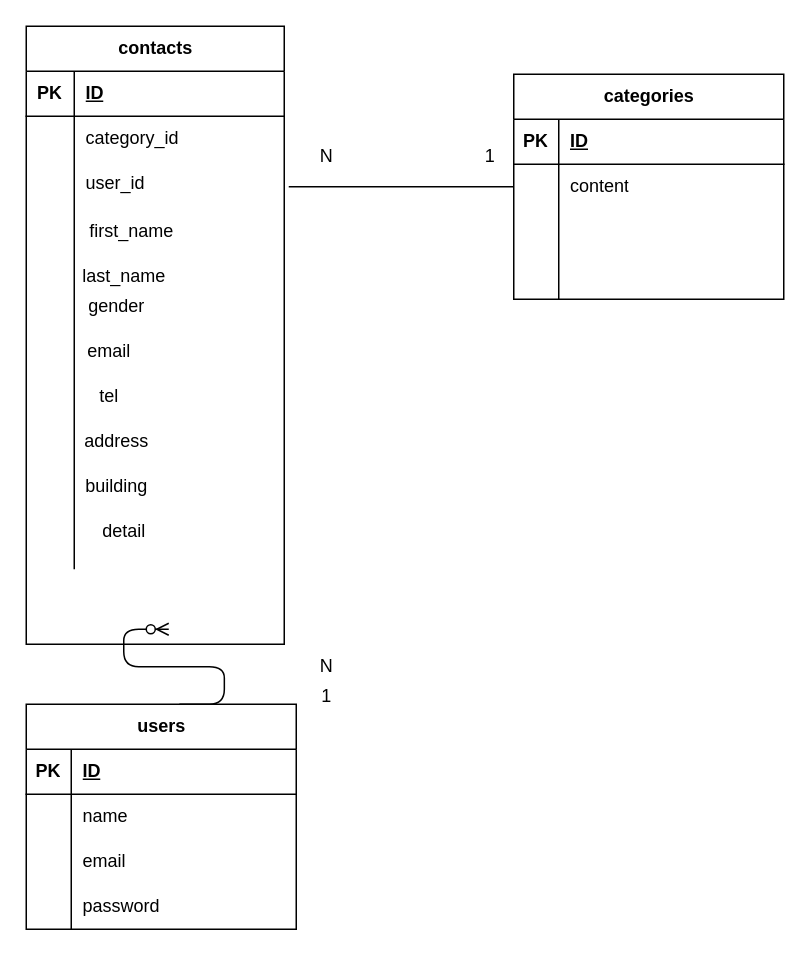
This is src/test01.drawio from takayuki2025/test01, a draw.io file, before an edit. Source tidied: cells renumbered, new cells numbered last; positions are measured from the earlier drawing's top-left corner, leaving out a move shared by most shapes. Both pictures are drawn from the tidied source at 150%, with x=0, y=0 at pixel (26, 26).
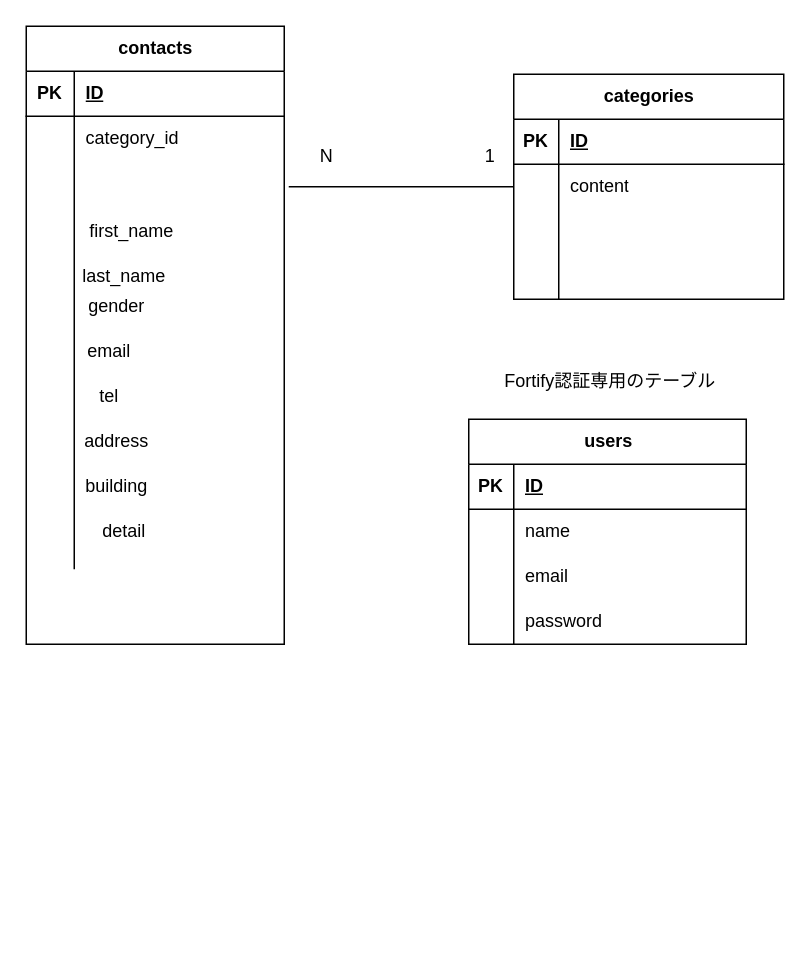
The same page after the edit.

Unchanged cells that the change refers to:
```xml
<mxCell id="9" style="shape=tableRow;horizontal=0;startSize=0;swimlaneHead=0;swimlaneBody=0;fillColor=none;top=0;left=0;right=0;bottom=0;" parent="2" vertex="1">
  <mxGeometry y="90" width="172" height="30" as="geometry" />
</mxCell>
```

Change to the diagram source:
```diff
@@
-    <mxCell id="11" value="user_id" style="shape=partialRectangle;fillColor=none;top=0;left=0;bottom=0;right=0;align=left;spacingLeft=6;overflow=hidden;whiteSpace=wrap;html=1;" parent="9" vertex="1">
+    <mxCell id="11" style="shape=partialRectangle;fillColor=none;top=0;left=0;bottom=0;right=0;align=left;spacingLeft=6;overflow=hidden;whiteSpace=wrap;html=1;" parent="9" vertex="1">
       <mxGeometry x="32" width="140" height="30" as="geometry" />
     </mxCell>
@@
     <mxCell id="28" value="users" style="shape=table;startSize=30;childLayout=tableLayout;rowLines=0;fontStyle=1;align=center;html=1;" parent="1" vertex="1">
-      <mxGeometry y="452" width="180" height="150" as="geometry" />
+      <mxGeometry x="295" y="262" width="185" height="150" as="geometry" />
     </mxCell>
     <mxCell id="29" style="shape=tableRow;horizontal=0;startSize=0;swimlaneHead=0;swimlaneBody=0;fillColor=none;top=0;left=0;right=0;bottom=1;" parent="28" vertex="1">
-      <mxGeometry y="30" width="180" height="30" as="geometry" />
+      <mxGeometry y="30" width="185" height="30" as="geometry" />
     </mxCell>
@@
     <mxCell id="31" value="ID" style="shape=partialRectangle;fillColor=none;top=0;left=0;bottom=0;right=0;align=left;spacingLeft=6;fontStyle=5;overflow=hidden;whiteSpace=wrap;html=1;" parent="29" vertex="1">
-      <mxGeometry x="30" width="150" height="30" as="geometry" />
+      <mxGeometry x="30" width="155" height="30" as="geometry" />
     </mxCell>
     <mxCell id="32" style="shape=tableRow;horizontal=0;startSize=0;swimlaneHead=0;swimlaneBody=0;fillColor=none;top=0;left=0;right=0;bottom=0;" parent="28" vertex="1">
-      <mxGeometry y="60" width="180" height="30" as="geometry" />
+      <mxGeometry y="60" width="185" height="30" as="geometry" />
     </mxCell>
@@
     <mxCell id="34" value="name" style="shape=partialRectangle;fillColor=none;top=0;left=0;bottom=0;right=0;align=left;spacingLeft=6;overflow=hidden;whiteSpace=wrap;html=1;" parent="32" vertex="1">
-      <mxGeometry x="30" width="150" height="30" as="geometry" />
+      <mxGeometry x="30" width="155" height="30" as="geometry" />
     </mxCell>
     <mxCell id="35" style="shape=tableRow;horizontal=0;startSize=0;swimlaneHead=0;swimlaneBody=0;fillColor=none;top=0;left=0;right=0;bottom=0;" parent="28" vertex="1">
-      <mxGeometry y="90" width="180" height="30" as="geometry" />
+      <mxGeometry y="90" width="185" height="30" as="geometry" />
     </mxCell>
@@
     <mxCell id="37" value="email" style="shape=partialRectangle;fillColor=none;top=0;left=0;bottom=0;right=0;align=left;spacingLeft=6;overflow=hidden;whiteSpace=wrap;html=1;" parent="35" vertex="1">
-      <mxGeometry x="30" width="150" height="30" as="geometry" />
+      <mxGeometry x="30" width="155" height="30" as="geometry" />
     </mxCell>
     <mxCell id="38" style="shape=tableRow;horizontal=0;startSize=0;swimlaneHead=0;swimlaneBody=0;fillColor=none;top=0;left=0;right=0;bottom=0;" parent="28" vertex="1">
-      <mxGeometry y="120" width="180" height="30" as="geometry" />
+      <mxGeometry y="120" width="185" height="30" as="geometry" />
     </mxCell>
@@
     <mxCell id="40" value="password" style="shape=partialRectangle;fillColor=none;top=0;left=0;bottom=0;right=0;align=left;spacingLeft=6;overflow=hidden;whiteSpace=wrap;html=1;" parent="38" vertex="1">
-      <mxGeometry x="30" width="150" height="30" as="geometry" />
+      <mxGeometry x="30" width="155" height="30" as="geometry" />
     </mxCell>
@@
-    <mxCell id="50" style="edgeStyle=entityRelationEdgeStyle;fontSize=12;html=1;endArrow=ERzeroToMany;endFill=1;exitX=0.567;exitY=0;exitDx=0;exitDy=0;exitPerimeter=0;" parent="1" edge="1" source="28">
-      <mxGeometry relative="1" as="geometry">
-        <mxPoint x="95" y="402" as="targetPoint" />
-        <Array as="points">
-          <mxPoint x="115" y="432" />
-          <mxPoint x="295" y="422" />
-          <mxPoint x="225" y="422" />
-          <mxPoint x="285" y="392" />
-        </Array>
-      </mxGeometry>
-    </mxCell>
@@
-    <mxCell id="53" value="1" style="text;html=1;align=center;verticalAlign=middle;strokeColor=none;fillColor=none;" parent="1" vertex="1">
-      <mxGeometry x="185" y="432" width="30" height="30" as="geometry" />
-    </mxCell>
-    <mxCell id="54" value="N" style="text;html=1;align=center;verticalAlign=middle;strokeColor=none;fillColor=none;" parent="1" vertex="1">
-      <mxGeometry x="185" y="412" width="30" height="30" as="geometry" />
+    <mxCell id="54" value="Fortify認証専用のテーブル" style="text;html=1;align=center;verticalAlign=middle;strokeColor=none;fillColor=none;" parent="1" vertex="1">
+      <mxGeometry x="309" y="222" width="160" height="30" as="geometry" />
     </mxCell>
```
